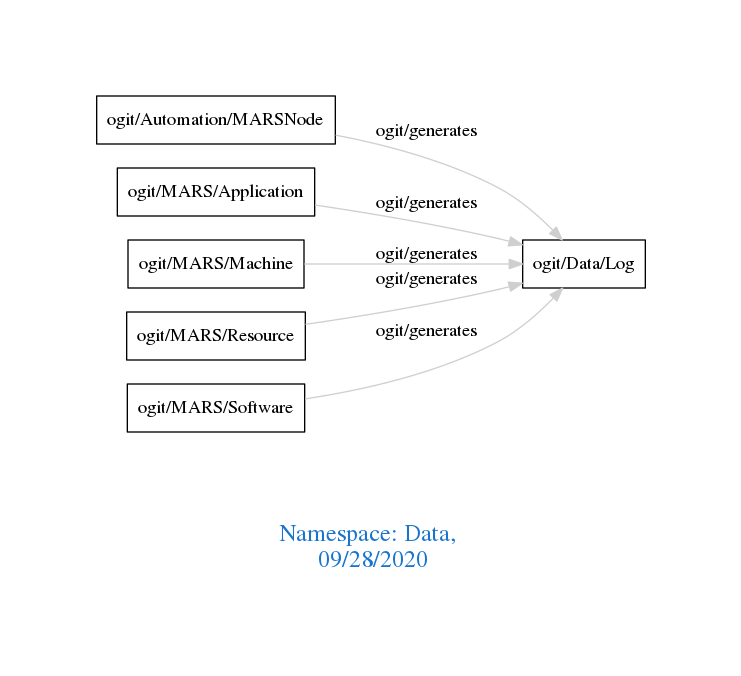
Above: downloads/Data.png in arago/OGIT (Graphviz), before the change. Its source is kept beside it as downloads/Data.dot.
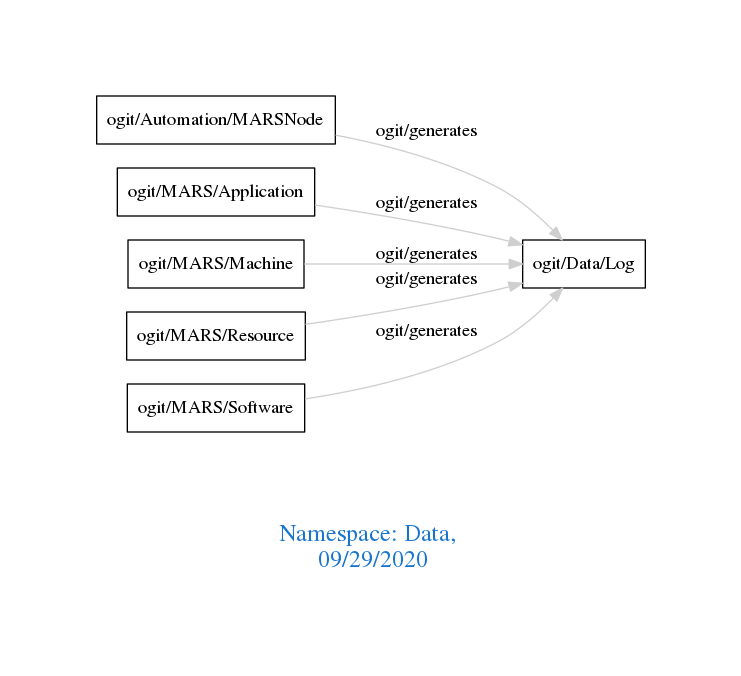
The same diagram one commit later.

Change to the diagram source:
```diff
@@ -1,7 +1,7 @@
 digraph OGIT_ontology {
  graph [ rankdir= LR,pad=1
 fontsize = 18,
-fontcolor= dodgerblue3,label = "\n\n\nNamespace: Data, \n 09/28/2020"];
+fontcolor= dodgerblue3,label = "\n\n\nNamespace: Data, \n 09/29/2020"];
 node[shape=polygon];
 edge [  color="gray81"];
 
```
